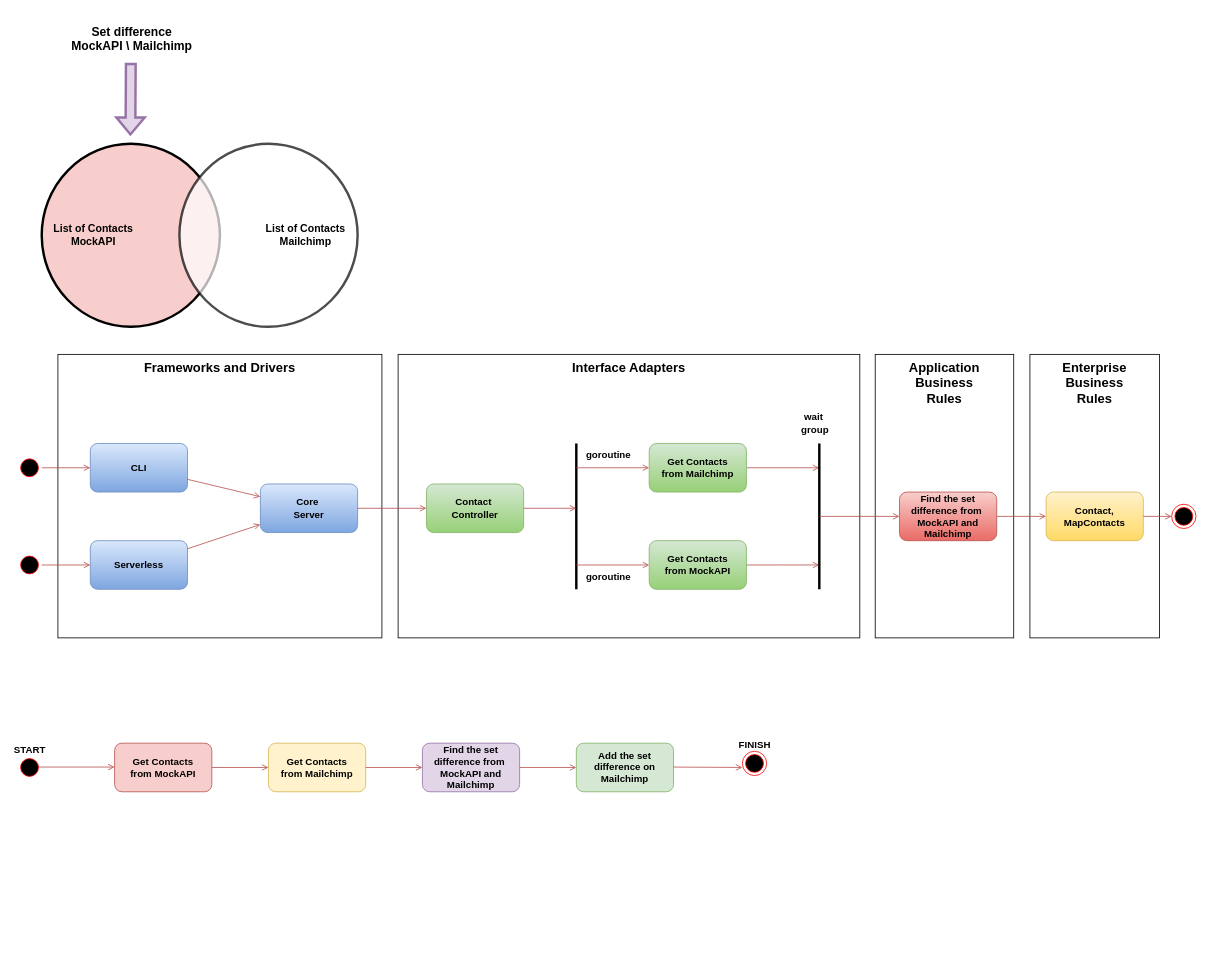
Above: resources/images/tech_design.drawio in leoapsilva/emailsync (draw.io), before the change. Source tidied: cells renumbered, new cells numbered last; positions are measured from the earlier drawing's top-left corner, leaving out a move shared by most shapes. Both pictures are drawn from the tidied source at 81%, with x=0, y=0 at pixel (17, 14).
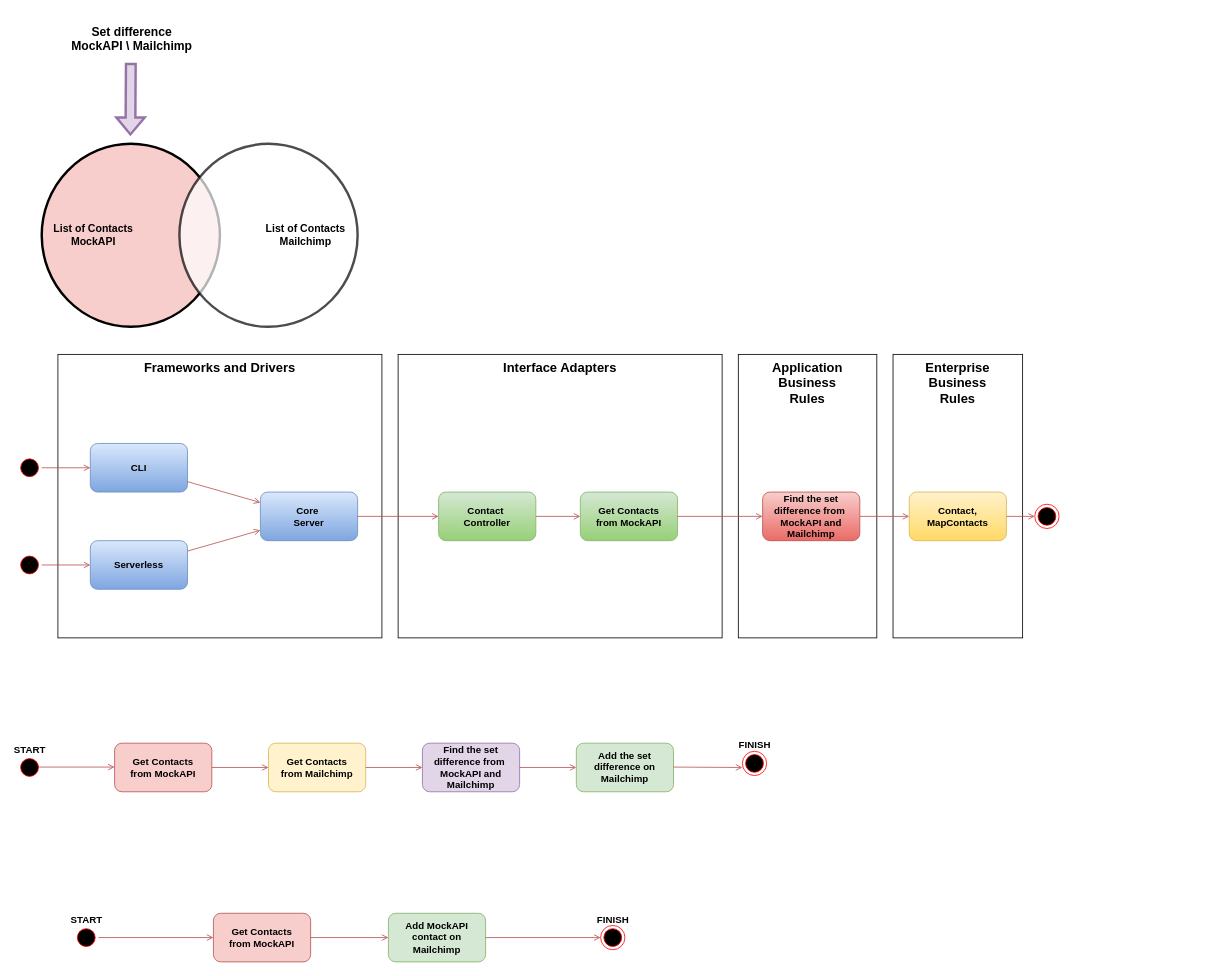
The same diagram, later.

Commit message (it also covers changes not shown here):
start to remove MapContacts and using resty query and path parameters

The edit, as a diff of the source:
```diff
@@
     <mxCell id="3" value="Interface Adapters" style="rounded=0;whiteSpace=wrap;html=1;fillColor=none;fontSize=16;verticalAlign=top;fontStyle=1;" parent="1" vertex="1">
-      <mxGeometry x="470" y="420" width="570" height="350" as="geometry" />
+      <mxGeometry x="470" y="420" width="400" height="350" as="geometry" />
     </mxCell>
     <mxCell id="4" value="Application&lt;br&gt;Business&lt;br&gt;Rules" style="rounded=0;whiteSpace=wrap;html=1;fillColor=none;fontSize=16;verticalAlign=top;fontStyle=1;" parent="1" vertex="1">
-      <mxGeometry x="1059" y="420" width="171" height="350" as="geometry" />
+      <mxGeometry x="890" y="420" width="171" height="350" as="geometry" />
     </mxCell>
     <mxCell id="5" value="Enterprise&lt;br&gt;Business&lt;br&gt;Rules" style="rounded=0;whiteSpace=wrap;html=1;fillColor=none;fontSize=16;verticalAlign=top;fontStyle=1;" parent="1" vertex="1">
-      <mxGeometry x="1250" y="420" width="160" height="350" as="geometry" />
+      <mxGeometry x="1081" y="420" width="160" height="350" as="geometry" />
     </mxCell>
@@
-    <mxCell id="10" style="edgeStyle=orthogonalEdgeStyle;rounded=0;jettySize=auto;html=1;endArrow=open;endFill=0;fillColor=#f8cecc;strokeColor=#b85450;" parent="1" edge="1" source="11">
-      <mxGeometry relative="1" as="geometry">
-        <mxPoint x="990" y="560" as="targetPoint" />
-      </mxGeometry>
-    </mxCell>
-    <mxCell id="11" value="Get Contacts &lt;br&gt;from Mailchimp" style="rounded=1;whiteSpace=wrap;html=1;fillColor=#d5e8d4;strokeColor=#82b366;fontStyle=1;gradientColor=#97d077;" parent="1" vertex="1">
-      <mxGeometry x="780" y="530" width="120" height="60" as="geometry" />
-    </mxCell>
-    <mxCell id="12" style="edgeStyle=orthogonalEdgeStyle;rounded=0;jettySize=auto;html=1;endArrow=open;endFill=0;fillColor=#f8cecc;strokeColor=#b85450;" parent="1" edge="1" source="13">
-      <mxGeometry relative="1" as="geometry">
-        <mxPoint x="990" y="680" as="targetPoint" />
-      </mxGeometry>
-    </mxCell>
     <mxCell id="13" value="Get Contacts &lt;br&gt;from MockAPI" style="rounded=1;whiteSpace=wrap;html=1;fillColor=#d5e8d4;strokeColor=#82b366;fontStyle=1;gradientColor=#97d077;" parent="1" vertex="1">
-      <mxGeometry x="780" y="650" width="120" height="60" as="geometry" />
+      <mxGeometry x="695" y="590" width="120" height="60" as="geometry" />
     </mxCell>
-    <mxCell id="14" style="endArrow=none;html=1;rounded=0;strokeWidth=3;" parent="1" edge="1">
-      <mxGeometry relative="1" as="geometry">
-        <mxPoint x="990" y="710" as="sourcePoint" />
-        <mxPoint x="990" y="530" as="targetPoint" />
-      </mxGeometry>
-    </mxCell>
@@
-    <mxCell id="16" style="endArrow=open;html=1;rounded=0;entryX=0;entryY=0.5;entryDx=0;entryDy=0;endFill=0;fillColor=#f8cecc;strokeColor=#b85450;" parent="1" edge="1" target="18">
-      <mxGeometry relative="1" as="geometry">
-        <mxPoint x="990" y="620" as="sourcePoint" />
-      </mxGeometry>
-    </mxCell>
     <mxCell id="17" value="Contact,&lt;br&gt;MapContacts" style="rounded=1;whiteSpace=wrap;html=1;fillColor=#fff2cc;strokeColor=#d6b656;fontStyle=1;gradientColor=#ffd966;" parent="1" vertex="1">
-      <mxGeometry x="1270" y="590" width="120" height="60" as="geometry" />
+      <mxGeometry x="1101" y="590" width="120" height="60" as="geometry" />
     </mxCell>
     <mxCell id="18" value="Find the set difference from&amp;nbsp;&lt;br&gt;MockAPI and Mailchimp" style="rounded=1;whiteSpace=wrap;html=1;fillColor=#f8cecc;strokeColor=#b85450;fontStyle=1;gradientColor=#ea6b66;" parent="1" vertex="1">
-      <mxGeometry x="1089" y="590" width="120" height="60" as="geometry" />
+      <mxGeometry x="920" y="590" width="120" height="60" as="geometry" />
     </mxCell>
-    <mxCell id="19" style="endArrow=none;html=1;rounded=0;strokeWidth=3;" parent="1" edge="1">
-      <mxGeometry relative="1" as="geometry">
-        <mxPoint x="690" y="710" as="sourcePoint" />
-        <mxPoint x="690" y="530" as="targetPoint" />
-      </mxGeometry>
-    </mxCell>
-    <mxCell id="20" style="endArrow=open;html=1;rounded=0;entryX=0;entryY=0.5;entryDx=0;entryDy=0;endFill=0;fillColor=#f8cecc;strokeColor=#b85450;" parent="1" edge="1" target="11">
-      <mxGeometry relative="1" as="geometry">
-        <mxPoint x="690" y="560" as="sourcePoint" />
-      </mxGeometry>
-    </mxCell>
-    <mxCell id="21" style="endArrow=open;html=1;rounded=0;endFill=0;fillColor=#f8cecc;strokeColor=#b85450;" parent="1" edge="1" target="13">
-      <mxGeometry relative="1" as="geometry">
-        <mxPoint x="690" y="680" as="sourcePoint" />
-      </mxGeometry>
-    </mxCell>
@@
     <mxCell id="25" style="ellipse;html=1;shape=endState;fillColor=#000000;strokeColor=#ff0000;" parent="1" vertex="1">
-      <mxGeometry x="1425" y="605" width="30" height="30" as="geometry" />
+      <mxGeometry x="1256" y="605" width="30" height="30" as="geometry" />
     </mxCell>
-    <mxCell id="26" value="goroutine" style="text;html=1;strokeColor=none;fillColor=none;align=center;verticalAlign=middle;whiteSpace=wrap;rounded=0;fontStyle=1;" parent="1" vertex="1">
-      <mxGeometry x="700" y="530" width="60" height="30" as="geometry" />
-    </mxCell>
-    <mxCell id="27" value="goroutine" style="text;html=1;strokeColor=none;fillColor=none;align=center;verticalAlign=middle;whiteSpace=wrap;rounded=0;fontStyle=1;" parent="1" vertex="1">
-      <mxGeometry x="700" y="680" width="60" height="30" as="geometry" />
-    </mxCell>
-    <mxCell id="28" value="wait&amp;nbsp; group" style="text;html=1;strokeColor=none;fillColor=none;align=center;verticalAlign=middle;whiteSpace=wrap;rounded=0;fontStyle=1;" parent="1" vertex="1">
-      <mxGeometry x="955" y="490" width="60" height="30" as="geometry" />
-    </mxCell>
@@
     <mxCell id="47" value="Core&amp;nbsp;&lt;br&gt;Server" style="rounded=1;whiteSpace=wrap;html=1;fillColor=#dae8fc;strokeColor=#6c8ebf;fontStyle=1;gradientColor=#7ea6e0;" parent="1" vertex="1">
-      <mxGeometry x="300" y="580" width="120" height="60" as="geometry" />
+      <mxGeometry x="300" y="590" width="120" height="60" as="geometry" />
     </mxCell>
     <mxCell id="48" value="Contact&amp;nbsp;&lt;br&gt;Controller" style="rounded=1;whiteSpace=wrap;html=1;fillColor=#d5e8d4;strokeColor=#82b366;fontStyle=1;gradientColor=#97d077;" parent="1" vertex="1">
-      <mxGeometry x="505" y="580" width="120" height="60" as="geometry" />
+      <mxGeometry x="520" y="590" width="120" height="60" as="geometry" />
     </mxCell>
@@
-    <mxCell id="50" style="endArrow=open;html=1;rounded=0;endFill=0;fillColor=#f8cecc;strokeColor=#b85450;" parent="1" edge="1" source="48">
-      <mxGeometry relative="1" as="geometry">
-        <mxPoint x="690" y="610" as="targetPoint" />
-      </mxGeometry>
+    <mxCell id="50" style="endArrow=open;html=1;rounded=0;endFill=0;fillColor=#f8cecc;strokeColor=#b85450;" parent="1" edge="1" source="48" target="13">
+      <mxGeometry relative="1" as="geometry" />
     </mxCell>
+    <mxCell id="51" style="endArrow=open;html=1;rounded=0;endFill=0;fillColor=#f8cecc;strokeColor=#b85450;" parent="1" edge="1" source="13" target="18">
+      <mxGeometry relative="1" as="geometry" />
+    </mxCell>
+    <mxCell id="52" value="Get Contacts &lt;br&gt;from MockAPI" style="rounded=1;whiteSpace=wrap;html=1;fillColor=#f8cecc;strokeColor=#b85450;fontStyle=1;" parent="1" vertex="1">
+      <mxGeometry x="242" y="1110" width="120" height="60" as="geometry" />
+    </mxCell>
+    <mxCell id="53" value="Add MockAPI contact on Mailchimp" style="rounded=1;whiteSpace=wrap;html=1;fillColor=#d5e8d4;strokeColor=#82b366;fontStyle=1;" parent="1" vertex="1">
+      <mxGeometry x="458" y="1110" width="120" height="60" as="geometry" />
+    </mxCell>
+    <mxCell id="54" style="endArrow=open;html=1;rounded=0;endFill=0;fillColor=#f8cecc;strokeColor=#b85450;exitX=1;exitY=0.5;exitDx=0;exitDy=0;" parent="1" edge="1" source="52" target="53">
+      <mxGeometry relative="1" as="geometry" />
+    </mxCell>
+    <mxCell id="55" style="endArrow=open;html=1;rounded=0;endFill=0;fillColor=#f8cecc;strokeColor=#b85450;" parent="1" edge="1" source="58" target="52">
+      <mxGeometry relative="1" as="geometry" />
+    </mxCell>
+    <mxCell id="56" style="endArrow=open;html=1;rounded=0;endFill=0;fillColor=#f8cecc;strokeColor=#b85450;exitX=1;exitY=0.5;exitDx=0;exitDy=0;" parent="1" edge="1" source="53" target="57">
+      <mxGeometry relative="1" as="geometry" />
+    </mxCell>
+    <mxCell id="57" value="FINISH" style="ellipse;html=1;shape=endState;fillColor=#000000;strokeColor=#ff0000;fontStyle=1;verticalAlign=top;spacingTop=-25;" parent="1" vertex="1">
+      <mxGeometry x="720" y="1125" width="30" height="30" as="geometry" />
+    </mxCell>
+    <mxCell id="58" value="START" style="ellipse;html=1;shape=startState;fillColor=#000000;strokeColor=#ff0000;verticalAlign=top;fontStyle=1;spacingBottom=0;spacingTop=-24;" parent="1" vertex="1">
+      <mxGeometry x="70" y="1125" width="30" height="30" as="geometry" />
+    </mxCell>
```
